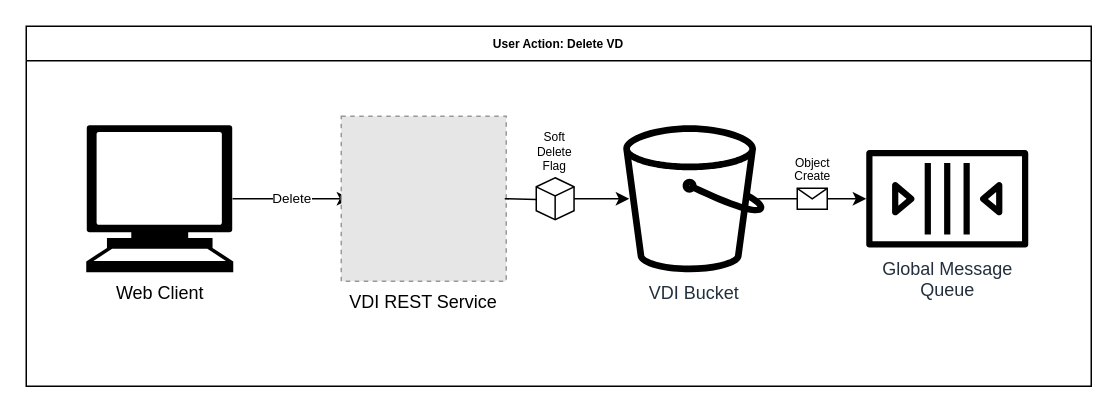
This is docs/design/1.0/diagrams/3-user-action-delete.drawio from VEuPathDB/vdi-service, a draw.io file, before an edit. Source tidied: cells renumbered, new cells numbered last; positions are measured from the earlier drawing's top-left corner, leaving out a move shared by most shapes. Both pictures are drawn from the tidied source at 150%, with x=0, y=0 at pixel (26, 26). Pictures stored in the file or linked from it are replaced by grey dashed boxes.
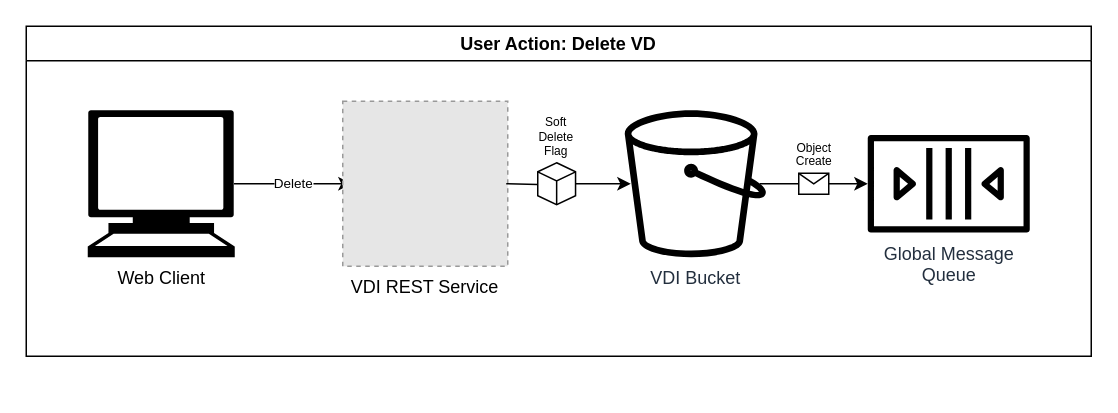
Above is the later version.

Change to the diagram source:
```diff
@@
 <mxGraphModel>
   <root>
     <mxCell id="0" />
     <mxCell id="1" parent="0" />
-    <mxCell id="2" value="User Action: Delete VD" style="swimlane;whiteSpace=wrap;html=1;fontSize=8;fillColor=default;" parent="1" vertex="1">
-      <mxGeometry width="710" height="240" as="geometry" />
+    <mxCell id="2" value="User Action: Delete VD" style="swimlane;whiteSpace=wrap;html=1;fontSize=12;fillColor=default;" parent="1" vertex="1">
+      <mxGeometry width="710" height="220" as="geometry" />
     </mxCell>
     <mxCell id="3" style="edgeStyle=orthogonalEdgeStyle;rounded=0;jettySize=auto;html=1;exitX=1;exitY=0.5;exitDx=0;exitDy=0;startArrow=none;" parent="2" edge="1" source="12">
       <mxGeometry relative="1" as="geometry">
-        <mxPoint x="402" y="115" as="targetPoint" />
+        <mxPoint x="403" y="105" as="targetPoint" />
       </mxGeometry>
     </mxCell>
     <mxCell id="4" value="Delete" style="edgeStyle=orthogonalEdgeStyle;rounded=0;jettySize=auto;html=1;startArrow=none;exitX=0.995;exitY=0.5;exitDx=0;exitDy=0;exitPerimeter=0;fontSize=9;" parent="2" edge="1" source="5">
       <mxGeometry relative="1" as="geometry">
-        <mxPoint x="216" y="115" as="targetPoint" />
+        <mxPoint x="217" y="105" as="targetPoint" />
       </mxGeometry>
     </mxCell>
     <mxCell id="5" value="Web Client" style="shape=mxgraph.signs.tech.computer;html=1;fillColor=#000000;strokeColor=none;verticalLabelPosition=bottom;verticalAlign=top;align=center;" parent="2" vertex="1">
-      <mxGeometry x="40" y="66" width="98" height="98" as="geometry" />
+      <mxGeometry x="41" y="56" width="98" height="98" as="geometry" />
     </mxCell>
     <mxCell id="6" value="VDI Bucket" style="sketch=0;fontColor=#232F3E;gradientColor=none;fillColor=#000000;strokeColor=none;dashed=0;verticalLabelPosition=bottom;verticalAlign=top;align=center;html=1;fontSize=12;fontStyle=0;shape=mxgraph.aws4.bucket;" parent="2" vertex="1">
-      <mxGeometry x="398" y="66" width="94.2" height="98" as="geometry" />
+      <mxGeometry x="399" y="56" width="94.2" height="98" as="geometry" />
     </mxCell>
     <mxCell id="7" value="Global Message&lt;br&gt;Queue" style="sketch=0;outlineConnect=0;fontColor=#232F3E;gradientColor=none;fillColor=#000000;strokeColor=none;dashed=0;verticalLabelPosition=bottom;verticalAlign=top;align=center;html=1;fontSize=12;fontStyle=0;shape=mxgraph.aws4.queue;" parent="2" vertex="1">
-      <mxGeometry x="560" y="82.5" width="108" height="65.1" as="geometry" />
+      <mxGeometry x="561" y="72.5" width="108" height="65.1" as="geometry" />
     </mxCell>
     <mxCell id="8" style="endArrow=classic;html=1;rounded=0;" parent="2" edge="1" target="7">
       <mxGeometry relative="1" as="geometry">
-        <mxPoint x="488" y="115" as="sourcePoint" />
+        <mxPoint x="489" y="105" as="sourcePoint" />
       </mxGeometry>
     </mxCell>
     <mxCell id="9" value="Object&lt;br&gt;Create" style="shape=message;html=1;fillColor=default;labelPosition=center;verticalLabelPosition=top;align=center;verticalAlign=bottom;fontSize=8;" parent="8" vertex="1">
       <mxGeometry width="20" height="14" relative="1" as="geometry">
         <mxPoint x="-10" y="-7" as="offset" />
       </mxGeometry>
     </mxCell>
     <mxCell id="10" value="VDI REST Service" style="fillColor=#E6E6E6;strokeColor=#999999;dashed=1;verticalLabelPosition=bottom;labelBackgroundColor=default;verticalAlign=top;" parent="2" vertex="1">
-      <mxGeometry x="210" y="60" width="110" height="110" as="geometry" />
+      <mxGeometry x="211" y="50" width="110" height="110" as="geometry" />
     </mxCell>
     <mxCell id="11" style="edgeStyle=orthogonalEdgeStyle;rounded=0;jettySize=auto;html=1;endArrow=none;" parent="2" edge="1" target="12">
       <mxGeometry relative="1" as="geometry">
-        <mxPoint x="319" y="115" as="sourcePoint" />
+        <mxPoint x="320" y="105" as="sourcePoint" />
       </mxGeometry>
     </mxCell>
     <mxCell id="12" value="Soft Delete Flag" style="html=1;whiteSpace=wrap;shape=isoCube2;backgroundOutline=1;isoAngle=15;fillColor=default;labelPosition=center;verticalLabelPosition=top;align=center;verticalAlign=bottom;fontSize=8;" parent="2" vertex="1">
-      <mxGeometry x="340" y="101" width="25.2" height="28" as="geometry" />
+      <mxGeometry x="341" y="91" width="25.2" height="28" as="geometry" />
     </mxCell>
   </root>
 </mxGraphModel>
```
